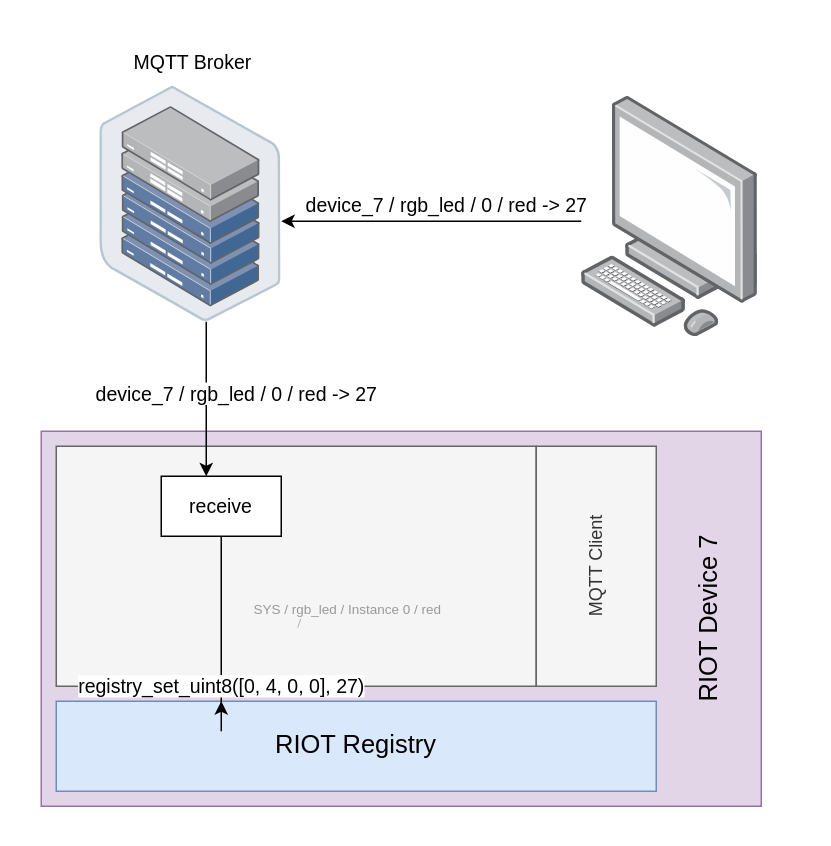
This is doc/drawio/flow/mqtt_integration_flow.drawio from LasseRosenow/riot-runtime-config, a draw.io file, before an edit. Source tidied: cells renumbered, new cells numbered last; positions are measured from the earlier drawing's top-left corner, leaving out a move shared by most shapes. Both pictures are drawn from the tidied source at 150%, with x=0, y=0 at pixel (-530, 26).
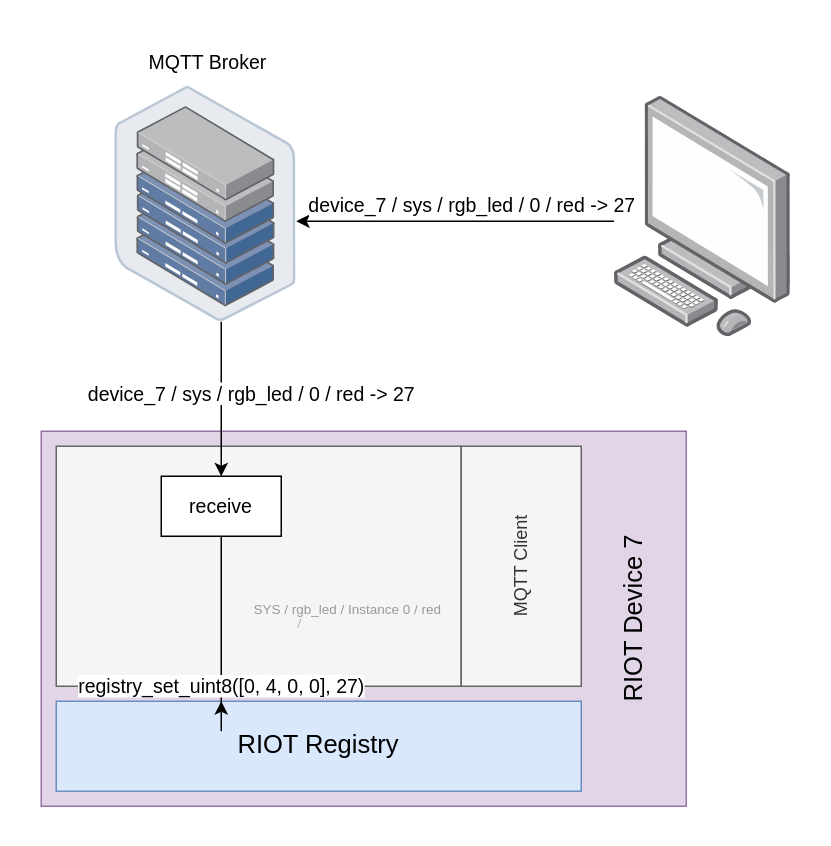
Above is the later version.

Unchanged cells that the change refers to:
```xml
<mxCell id="13" value="&lt;font color=&quot;#000000&quot; style=&quot;font-size: 13px&quot;&gt;receive&lt;/font&gt;" style="rounded=0;whiteSpace=wrap;html=1;labelBackgroundColor=none;fontSize=17;" parent="1" vertex="1">
  <mxGeometry x="460" y="300" width="80" height="40" as="geometry" />
</mxCell>
```

The edit, as a diff of the source:
```diff
@@
     <mxCell id="2" style="rounded=0;whiteSpace=wrap;html=1;strokeColor=none;" parent="1" vertex="1">
-      <mxGeometry x="370" width="500" height="530" as="geometry" />
+      <mxGeometry x="370" width="520" height="530" as="geometry" />
     </mxCell>
     <mxCell id="3" value="&lt;font style=&quot;font-size: 17px&quot;&gt;RIOT Device 7&lt;/font&gt;" style="rounded=0;whiteSpace=wrap;html=1;fillColor=#e1d5e7;strokeColor=#9673a6;horizontal=0;align=center;verticalAlign=bottom;spacingBottom=22;" parent="1" vertex="1">
-      <mxGeometry x="380" y="270" width="480" height="250" as="geometry" />
+      <mxGeometry x="380" y="270" width="430" height="250" as="geometry" />
     </mxCell>
     <mxCell id="4" style="rounded=0;whiteSpace=wrap;html=1;fillColor=#f5f5f5;strokeColor=#666666;fontColor=#333333;" parent="1" vertex="1">
-      <mxGeometry x="390" y="280" width="320" height="160" as="geometry" />
+      <mxGeometry x="390" y="280" width="270" height="160" as="geometry" />
     </mxCell>
     <mxCell id="5" style="points=[];html=1;align=center;shadow=0;dashed=0;image;image=img/lib/allied_telesis/storage/Datacenter_Server_Half_Rack_ToR.svg;" parent="1" vertex="1">
-      <mxGeometry x="419.2" y="40" width="120.8" height="157" as="geometry" />
+      <mxGeometry x="429.2" y="40" width="120.8" height="157" as="geometry" />
     </mxCell>
-    <mxCell id="6" value="&lt;span style=&quot;font-size: 13px&quot;&gt;device_7 / rgb_led / 0 / red -&amp;gt; 27&lt;/span&gt;" style="edgeStyle=elbowEdgeStyle;rounded=0;html=1;" parent="1" edge="1" source="5" target="13">
+    <mxCell id="6" value="&lt;span style=&quot;font-size: 13px&quot;&gt;device_7 / sys / rgb_led / 0 / red -&amp;gt; 27&lt;/span&gt;" style="edgeStyle=elbowEdgeStyle;rounded=0;html=1;" parent="1" edge="1" source="5" target="13">
       <mxGeometry x="-0.06" y="20" relative="1" as="geometry">
         <Array as="points">
-          <mxPoint x="490" y="240" />
-          <mxPoint x="120" y="310" />
-          <mxPoint y="310" />
+          <mxPoint x="500" y="240" />
+          <mxPoint x="130" y="310" />
+          <mxPoint x="10" y="310" />
         </Array>
       </mxGeometry>
     </mxCell>
     <mxCell id="7" value="&lt;font style=&quot;font-size: 17px&quot;&gt;RIOT Registry&lt;/font&gt;" style="rounded=0;whiteSpace=wrap;html=1;fillColor=#dae8fc;strokeColor=#6c8ebf;" parent="1" vertex="1">
-      <mxGeometry x="390" y="450" width="400" height="60" as="geometry" />
+      <mxGeometry x="390" y="450" width="350" height="60" as="geometry" />
     </mxCell>
@@
     <mxCell id="12" value="MQTT Client" style="rounded=0;whiteSpace=wrap;html=1;fillColor=#f5f5f5;strokeColor=#666666;fontColor=#333333;horizontal=0;" parent="1" vertex="1">
-      <mxGeometry x="710" y="280" width="80" height="160" as="geometry" />
+      <mxGeometry x="660" y="280" width="80" height="160" as="geometry" />
     </mxCell>
@@
     <mxCell id="14" style="points=[];html=1;align=center;shadow=0;dashed=0;image;image=img/lib/allied_telesis/computer_and_terminals/Personal_Computer.svg;fillColor=none;" parent="1" vertex="1">
-      <mxGeometry x="740" y="47" width="118.1" height="160" as="geometry" />
+      <mxGeometry x="761.9" y="47" width="118.1" height="160" as="geometry" />
     </mxCell>
-    <mxCell id="15" value="&lt;span style=&quot;font-size: 13px&quot;&gt;device_7 / rgb_led / 0 / red -&amp;gt; 27&lt;/span&gt;" style="edgeStyle=elbowEdgeStyle;rounded=0;html=1;" parent="1" edge="1" source="14" target="5">
+    <mxCell id="15" value="&lt;span style=&quot;font-size: 13px&quot;&gt;device_7 / sys / rgb_led / 0 / red -&amp;gt; 27&lt;/span&gt;" style="edgeStyle=elbowEdgeStyle;rounded=0;html=1;" parent="1" edge="1" source="14" target="5">
       <mxGeometry x="-0.1" y="-11" relative="1" as="geometry">
         <Array as="points">
-          <mxPoint x="630" y="130" />
-          <mxPoint x="130" y="320" />
-          <mxPoint x="10" y="320" />
+          <mxPoint x="640" y="130" />
+          <mxPoint x="140" y="320" />
+          <mxPoint x="20" y="320" />
         </Array>
       </mxGeometry>
     </mxCell>
     <mxCell id="16" value="&lt;span style=&quot;color: rgb(0, 0, 0); font-family: helvetica; font-size: 13px; font-style: normal; font-weight: 400; letter-spacing: normal; text-align: center; text-indent: 0px; text-transform: none; word-spacing: 0px; background-color: rgb(255, 255, 255); display: inline; float: none;&quot;&gt;MQTT Broker&lt;/span&gt;" style="text;whiteSpace=wrap;html=1;" parent="1" vertex="1">
-      <mxGeometry x="440" y="10" width="100" height="30" as="geometry" />
+      <mxGeometry x="450" y="10" width="100" height="30" as="geometry" />
     </mxCell>
```
